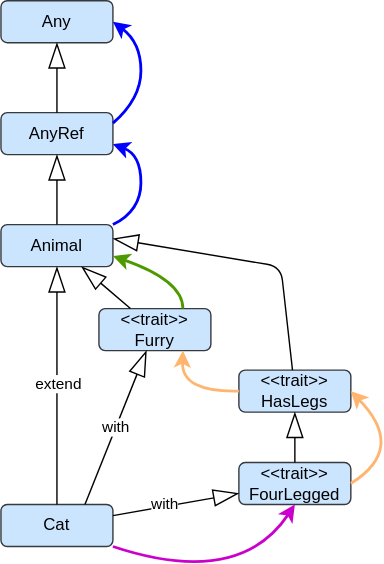
The draw.io diagram images/scala/trait-linearization.svg in jtLiBrain/jtLiBrain.github.io, before a commit. Source tidied: cells renumbered, new cells last; positions are measured from the earlier drawing's top-left corner, leaving out a move shared by most shapes.
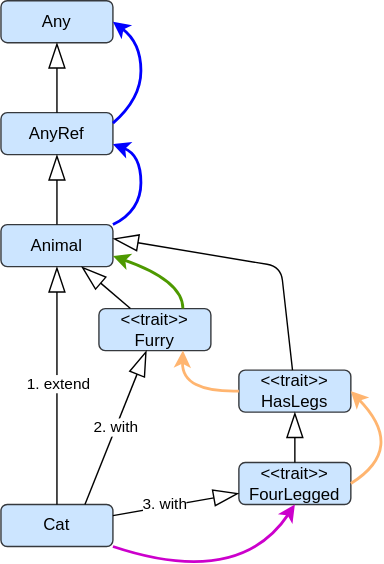
After the commit.

The edit, as a diff of the source:
```diff
@@ -17,13 +17,13 @@
     <mxCell id="6" value="&amp;lt;&amp;lt;trait&amp;gt;&amp;gt;&lt;br&gt;HasLegs" style="rounded=1;whiteSpace=wrap;html=1;fillColor=#cce5ff;strokeColor=#36393d;" parent="1" vertex="1">
       <mxGeometry x="170" y="264" width="80" height="30" as="geometry" />
     </mxCell>
-    <mxCell id="7" value="with" style="endArrow=blockThin;endSize=16;endFill=0;html=1;startSize=6;arcSize=20;exitX=0.75;exitY=0;exitDx=0;exitDy=0;" parent="1" edge="1" source="3" target="4">
+    <mxCell id="7" value="2. with" style="endArrow=blockThin;endSize=16;endFill=0;html=1;startSize=6;arcSize=20;exitX=0.75;exitY=0;exitDx=0;exitDy=0;" parent="1" edge="1" source="3" target="4">
       <mxGeometry relative="1" as="geometry" />
     </mxCell>
     <mxCell id="8" style="endArrow=blockThin;endSize=16;endFill=0;html=1;startSize=6;arcSize=20;" parent="1" edge="1" source="3" target="5">
       <mxGeometry relative="1" as="geometry" />
     </mxCell>
-    <mxCell id="9" value="with" style="edgeLabel;html=1;align=center;verticalAlign=middle;" parent="8" vertex="1">
+    <mxCell id="9" value="3. with" style="edgeLabel;html=1;align=center;verticalAlign=middle;" parent="8" vertex="1">
       <mxGeometry x="-0.19" y="2" relative="1" as="geometry" />
     </mxCell>
     <mxCell id="10" style="endArrow=blockThin;endSize=16;endFill=0;html=1;startSize=6;arcSize=20;" parent="1" edge="1" source="5" target="6">
@@ -42,7 +42,7 @@
     <mxCell id="13" style="endArrow=blockThin;endSize=16;endFill=0;html=1;startSize=6;arcSize=20;" parent="1" edge="1" source="3" target="2">
       <mxGeometry relative="1" as="geometry" />
     </mxCell>
-    <mxCell id="14" value="extend" style="edgeLabel;html=1;align=center;verticalAlign=middle;" parent="13" vertex="1">
+    <mxCell id="14" value="1. extend" style="edgeLabel;html=1;align=center;verticalAlign=middle;" parent="13" vertex="1">
       <mxGeometry x="0.02" relative="1" as="geometry" />
     </mxCell>
     <mxCell id="15" value="&lt;span&gt;AnyRef&lt;/span&gt;" style="rounded=1;whiteSpace=wrap;html=1;fillColor=#cce5ff;strokeColor=#36393d;" parent="1" vertex="1">
```
